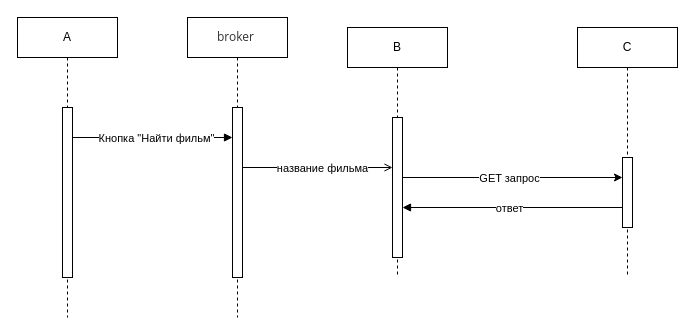
Before: 3 - interview - seq.drawio in omelchenkopete/SA, a draw.io diagram. Source tidied: cells renumbered, new cells numbered last; positions are measured from the earlier drawing's top-left corner, leaving out a move shared by most shapes. Both pictures are drawn from the tidied source at 100%, with x=0, y=0 at pixel (17, 17).
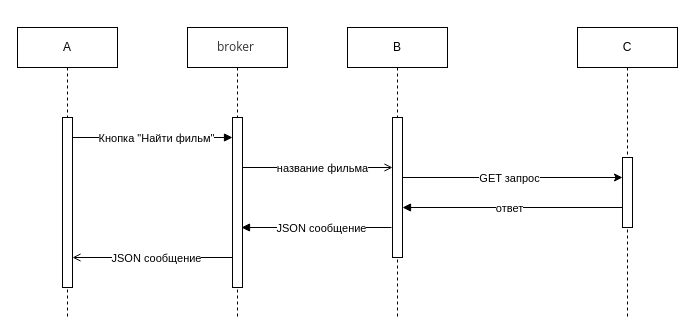
After the change.

The edit, as a diff of the source:
```diff
@@
     <mxCell id="2" value="B" style="shape=umlLifeline;perimeter=lifelinePerimeter;whiteSpace=wrap;html=1;newEdgeStyle={&quot;curved&quot;:0,&quot;rounded&quot;:0};" parent="1" vertex="1">
-      <mxGeometry x="330" y="10" width="100" height="250" as="geometry" />
+      <mxGeometry x="330" y="10" width="100" height="290" as="geometry" />
     </mxCell>
@@
     <mxCell id="4" value="C" style="shape=umlLifeline;perimeter=lifelinePerimeter;whiteSpace=wrap;html=1;newEdgeStyle={&quot;curved&quot;:0,&quot;rounded&quot;:0};" parent="1" vertex="1">
-      <mxGeometry x="560" y="10" width="100" height="250" as="geometry" />
+      <mxGeometry x="560" y="10" width="100" height="290" as="geometry" />
     </mxCell>
@@
     <mxCell id="8" value="A" style="shape=umlLifeline;perimeter=lifelinePerimeter;whiteSpace=wrap;html=1;newEdgeStyle={&quot;curved&quot;:0,&quot;rounded&quot;:0};" parent="1" vertex="1">
-      <mxGeometry width="100" height="300" as="geometry" />
+      <mxGeometry y="10" width="100" height="290" as="geometry" />
     </mxCell>
@@
     <mxCell id="10" value="&lt;p&gt;&lt;span style=&quot;color: rgb(51, 51, 51); font-family: &amp;quot;Open Sans&amp;quot;, sans-serif; text-align: start; text-wrap: nowrap; background-color: rgb(255, 255, 255);&quot;&gt;&lt;font style=&quot;font-size: 12px;&quot;&gt;broker&amp;nbsp;&lt;/font&gt;&lt;/span&gt;&lt;/p&gt;" style="shape=umlLifeline;perimeter=lifelinePerimeter;whiteSpace=wrap;html=1;newEdgeStyle={&quot;curved&quot;:0,&quot;rounded&quot;:0};" parent="1" vertex="1">
-      <mxGeometry x="170" width="100" height="300" as="geometry" />
+      <mxGeometry x="170" y="10" width="100" height="290" as="geometry" />
     </mxCell>
@@
+    <mxCell id="18" style="endArrow=none;html=1;rounded=0;endFill=0;startArrow=block;startFill=1;" parent="1" edge="1">
+      <mxGeometry relative="1" as="geometry">
+        <mxPoint x="224" y="210" as="sourcePoint" />
+        <mxPoint x="374" y="210" as="targetPoint" />
+      </mxGeometry>
+    </mxCell>
+    <mxCell id="19" value="JSON сообщение" style="edgeLabel;html=1;align=center;verticalAlign=middle;" parent="18" vertex="1">
+      <mxGeometry x="-0.25" y="-4" relative="1" as="geometry">
+        <mxPoint x="23" y="-4" as="offset" />
+      </mxGeometry>
+    </mxCell>
+    <mxCell id="20" style="endArrow=none;html=1;rounded=0;endFill=0;startArrow=open;startFill=0;" parent="1" edge="1">
+      <mxGeometry relative="1" as="geometry">
+        <mxPoint x="55" y="240" as="sourcePoint" />
+        <mxPoint x="215" y="240" as="targetPoint" />
+      </mxGeometry>
+    </mxCell>
+    <mxCell id="21" value="JSON сообщение" style="edgeLabel;html=1;align=center;verticalAlign=middle;" parent="20" vertex="1">
+      <mxGeometry x="-0.25" y="-4" relative="1" as="geometry">
+        <mxPoint x="23" y="-4" as="offset" />
+      </mxGeometry>
+    </mxCell>
```
